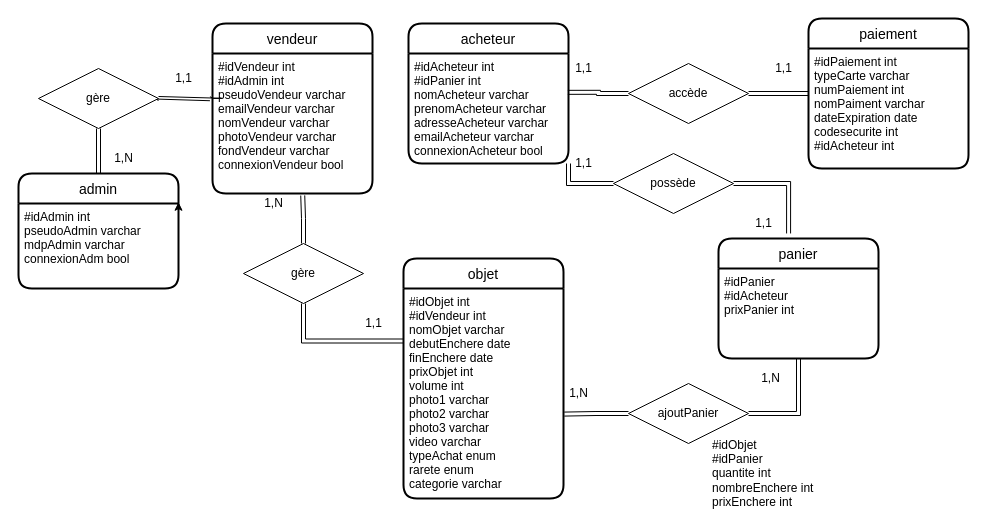
This is relation_entite.drawio from Dvdbx/projet-webdynamique, a draw.io file, before an edit. Source tidied: cells renumbered, new cells numbered last; positions are measured from the earlier drawing's top-left corner, leaving out a move shared by most shapes. Both pictures are drawn from the tidied source at 100%, with x=0, y=0 at pixel (18, 18).
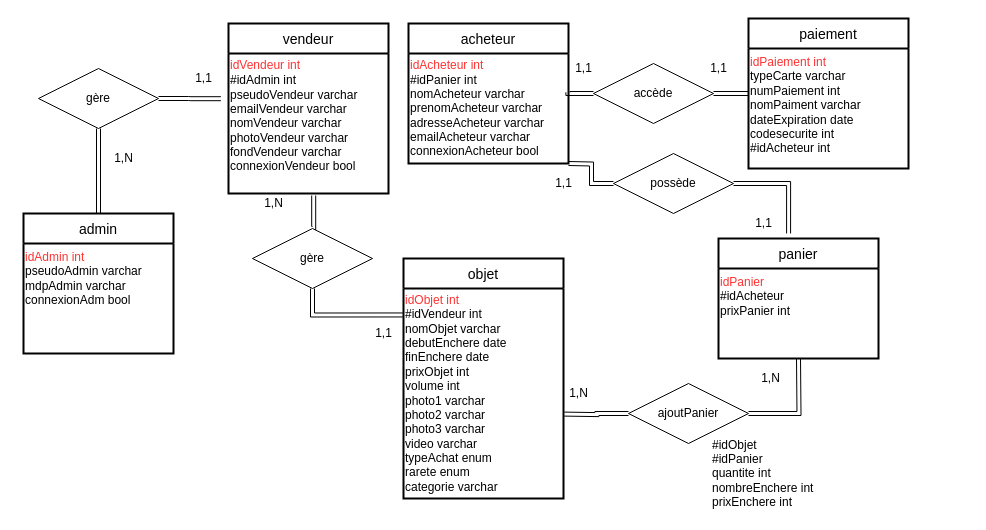
The same page after the edit.

Change to the diagram source:
```diff
@@
-    <mxCell id="2" value="admin" style="swimlane;horizontal=1;startSize=30;rounded=1;fontSize=14;fontStyle=0;strokeWidth=2;shadow=0;dashed=0;align=center;" parent="1" vertex="1">
-      <mxGeometry y="155" width="160" height="115" as="geometry" />
+    <mxCell id="2" value="admin" style="swimlane;horizontal=1;startSize=30;rounded=0;fontSize=14;fontStyle=0;strokeWidth=2;shadow=0;dashed=0;align=center;labelBorderColor=none;" parent="1" vertex="1">
+      <mxGeometry x="5" y="195" width="150" height="140" as="geometry" />
     </mxCell>
-    <mxCell id="3" style="edgeStyle=orthogonalEdgeStyle;rounded=0;jettySize=auto;html=1;exitX=1;exitY=0;exitDx=0;exitDy=0;entryX=1;entryY=0.25;entryDx=0;entryDy=0;" parent="2" edge="1" source="4" target="2">
-      <mxGeometry relative="1" as="geometry" />
-    </mxCell>
-    <mxCell id="4" value="#idAdmin int&#10;pseudoAdmin varchar&#10;mdpAdmin varchar&#10;connexionAdm bool" style="align=left;strokeColor=none;fillColor=none;spacingLeft=4;fontSize=12;verticalAlign=top;" parent="2" vertex="1">
-      <mxGeometry y="30" width="160" height="85" as="geometry" />
-    </mxCell>
+    <mxCell id="41" value="&lt;span&gt;&lt;font color=&quot;#ff3333&quot;&gt;idAdmin int&lt;br&gt;&lt;/font&gt;pseudoAdmin varchar&lt;/span&gt;&lt;br style=&quot;padding: 0px ; margin: 0px&quot;&gt;&lt;span&gt;mdpAdmin varchar&lt;/span&gt;&lt;br style=&quot;padding: 0px ; margin: 0px&quot;&gt;&lt;div&gt;&lt;span&gt;connexionAdm bool&lt;/span&gt;&lt;/div&gt;" style="text;html=1;strokeColor=none;fillColor=none;align=left;verticalAlign=top;whiteSpace=wrap;rounded=0;sketch=0;fontColor=#000000;" parent="2" vertex="1">
+      <mxGeometry y="30" width="150" height="110" as="geometry" />
+    </mxCell>
-    <mxCell id="5" value="vendeur" style="swimlane;horizontal=1;startSize=30;rounded=1;fontSize=14;fontStyle=0;strokeWidth=2;shadow=0;dashed=0;align=center;" parent="1" vertex="1">
-      <mxGeometry x="194" y="5" width="160" height="170" as="geometry" />
+    <mxCell id="5" value="vendeur" style="swimlane;horizontal=1;startSize=30;rounded=0;fontSize=14;fontStyle=0;strokeWidth=2;shadow=0;dashed=0;align=center;" parent="1" vertex="1">
+      <mxGeometry x="210" y="5" width="160" height="170" as="geometry" />
     </mxCell>
-    <mxCell id="6" value="#idVendeur int&#10;#idAdmin int&#10;pseudoVendeur varchar&#10;emailVendeur varchar&#10;nomVendeur varchar&#10;photoVendeur varchar&#10;fondVendeur varchar&#10;connexionVendeur bool&#10;&#10;&#10;" style="align=left;strokeColor=none;fillColor=none;spacingLeft=4;fontSize=12;verticalAlign=top;" parent="5" vertex="1">
-      <mxGeometry y="30" width="160" height="140" as="geometry" />
-    </mxCell>
+    <mxCell id="42" value="&lt;font style=&quot;font-size: 12px&quot;&gt;&lt;font color=&quot;#ff3333&quot;&gt;&lt;br&gt;&lt;br&gt;&lt;/font&gt;&lt;span style=&quot;color: rgb(255 , 51 , 51)&quot;&gt;idVendeur int&lt;/span&gt;&lt;font color=&quot;#ff3333&quot;&gt;&lt;br&gt;&lt;/font&gt;&lt;div&gt;&lt;span&gt;#idAdmin int&lt;/span&gt;&lt;/div&gt;&lt;div&gt;&lt;span&gt;pseudoVendeur varchar&lt;/span&gt;&lt;/div&gt;&lt;div&gt;&lt;span&gt;emailVendeur varchar&lt;/span&gt;&lt;/div&gt;&lt;div&gt;&lt;span&gt;nomVendeur varchar&lt;/span&gt;&lt;/div&gt;&lt;div&gt;&lt;span&gt;photoVendeur varchar&lt;/span&gt;&lt;/div&gt;&lt;div&gt;&lt;span&gt;fondVendeur varchar&lt;/span&gt;&lt;/div&gt;&lt;div&gt;&lt;span&gt;connexionVendeur bool&lt;/span&gt;&lt;/div&gt;&lt;/font&gt;&lt;div style=&quot;padding: 0px ; margin: 0px&quot;&gt;&lt;br style=&quot;padding: 0px ; margin: 0px&quot;&gt;&lt;/div&gt;&lt;div style=&quot;padding: 0px ; margin: 0px&quot;&gt;&lt;br style=&quot;padding: 0px ; margin: 0px&quot;&gt;&lt;/div&gt;&lt;div style=&quot;padding: 0px ; margin: 0px&quot;&gt;&lt;br style=&quot;padding: 0px ; margin: 0px ; font-size: 12px&quot;&gt;&lt;/div&gt;" style="text;html=1;strokeColor=none;fillColor=none;align=left;verticalAlign=middle;whiteSpace=wrap;rounded=0;sketch=0;fontSize=14;fontColor=#000000;" parent="5" vertex="1">
+      <mxGeometry y="30" width="160" height="140" as="geometry" />
+    </mxCell>
-    <mxCell id="7" value="acheteur" style="swimlane;horizontal=1;startSize=30;rounded=1;fontSize=14;fontStyle=0;strokeWidth=2;shadow=0;dashed=0;align=center;" parent="1" vertex="1">
+    <mxCell id="7" value="acheteur" style="swimlane;horizontal=1;startSize=30;rounded=0;fontSize=14;fontStyle=0;strokeWidth=2;shadow=0;dashed=0;align=center;" parent="1" vertex="1">
       <mxGeometry x="390" y="5" width="160" height="140" as="geometry" />
     </mxCell>
-    <mxCell id="8" value="#idAcheteur int&#10;#idPanier int&#10;nomAcheteur varchar&#10;prenomAcheteur varchar&#10;adresseAcheteur varchar&#10;emailAcheteur varchar&#10;connexionAcheteur bool" style="align=left;strokeColor=none;fillColor=none;spacingLeft=4;fontSize=12;verticalAlign=top;" parent="7" vertex="1">
-      <mxGeometry y="30" width="160" height="110" as="geometry" />
-    </mxCell>
+    <mxCell id="43" value="&lt;span&gt;&lt;font color=&quot;#ff3333&quot;&gt;idAcheteur int&lt;/font&gt;&lt;/span&gt;&lt;br style=&quot;padding: 0px ; margin: 0px&quot;&gt;&lt;span&gt;#idPanier int&lt;/span&gt;&lt;br style=&quot;padding: 0px ; margin: 0px&quot;&gt;&lt;span&gt;nomAcheteur varchar&lt;/span&gt;&lt;br style=&quot;padding: 0px ; margin: 0px&quot;&gt;&lt;span&gt;prenomAcheteur varchar&lt;/span&gt;&lt;br style=&quot;padding: 0px ; margin: 0px&quot;&gt;&lt;span&gt;adresseAcheteur varchar&lt;/span&gt;&lt;br style=&quot;padding: 0px ; margin: 0px&quot;&gt;&lt;span&gt;emailAcheteur varchar&lt;/span&gt;&lt;br style=&quot;padding: 0px ; margin: 0px&quot;&gt;&lt;span&gt;connexionAcheteur bool&lt;/span&gt;" style="text;html=1;strokeColor=none;fillColor=none;align=left;verticalAlign=middle;whiteSpace=wrap;rounded=0;sketch=0;fontSize=12;fontColor=#000000;" parent="7" vertex="1">
+      <mxGeometry y="30" width="160" height="110" as="geometry" />
+    </mxCell>
-    <mxCell id="9" value="paiement" style="swimlane;horizontal=1;startSize=30;rounded=1;fontSize=14;fontStyle=0;strokeWidth=2;shadow=0;dashed=0;align=center;" parent="1" vertex="1">
-      <mxGeometry x="790" width="160" height="150" as="geometry" />
+    <mxCell id="9" value="paiement" style="swimlane;horizontal=1;startSize=30;rounded=0;fontSize=14;fontStyle=0;strokeWidth=2;shadow=0;dashed=0;align=center;" parent="1" vertex="1">
+      <mxGeometry x="730" width="160" height="150" as="geometry" />
     </mxCell>
-    <mxCell id="10" value="#idPaiement int&#10;typeCarte varchar&#10;numPaiement int&#10;nomPaiment varchar&#10;dateExpiration date&#10;codesecurite int&#10;#idAcheteur int" style="align=left;strokeColor=none;fillColor=none;spacingLeft=4;fontSize=12;verticalAlign=top;" parent="9" vertex="1">
-      <mxGeometry y="30" width="160" height="120" as="geometry" />
-    </mxCell>
+    <mxCell id="44" value="&lt;span&gt;&lt;font color=&quot;#ff3333&quot;&gt;idPaiement int&lt;/font&gt;&lt;/span&gt;&lt;br style=&quot;padding: 0px ; margin: 0px&quot;&gt;&lt;span&gt;typeCarte varchar&lt;/span&gt;&lt;br style=&quot;padding: 0px ; margin: 0px&quot;&gt;&lt;span&gt;numPaiement int&lt;/span&gt;&lt;br style=&quot;padding: 0px ; margin: 0px&quot;&gt;&lt;span&gt;nomPaiment varchar&lt;/span&gt;&lt;br style=&quot;padding: 0px ; margin: 0px&quot;&gt;&lt;span&gt;dateExpiration date&lt;/span&gt;&lt;br style=&quot;padding: 0px ; margin: 0px&quot;&gt;&lt;span&gt;codesecurite int&lt;/span&gt;&lt;br style=&quot;padding: 0px ; margin: 0px&quot;&gt;&lt;div&gt;&lt;span&gt;#idAcheteur int&lt;/span&gt;&lt;/div&gt;" style="text;html=1;strokeColor=none;fillColor=none;align=left;verticalAlign=top;whiteSpace=wrap;rounded=0;sketch=0;fontSize=12;fontColor=#000000;" parent="9" vertex="1">
+      <mxGeometry y="30" width="160" height="120" as="geometry" />
+    </mxCell>
-    <mxCell id="11" value="objet" style="swimlane;horizontal=1;startSize=30;rounded=1;fontSize=14;fontStyle=0;strokeWidth=2;shadow=0;dashed=0;align=center;" parent="1" vertex="1">
+    <mxCell id="11" value="objet" style="swimlane;horizontal=1;startSize=30;rounded=0;fontSize=14;fontStyle=0;strokeWidth=2;shadow=0;dashed=0;align=center;" parent="1" vertex="1">
       <mxGeometry x="385" y="240" width="160" height="240" as="geometry" />
     </mxCell>
-    <mxCell id="12" value="#idObjet int&#10;#idVendeur int&#10;nomObjet varchar&#10;debutEnchere date&#10;finEnchere date&#10;prixObjet int&#10;volume int&#10;photo1 varchar&#10;photo2 varchar&#10;photo3 varchar&#10;video varchar&#10;typeAchat enum&#10;rarete enum&#10;categorie varchar" style="align=left;strokeColor=none;fillColor=none;spacingLeft=4;fontSize=12;verticalAlign=top;" parent="11" vertex="1">
-      <mxGeometry y="30" width="160" height="210" as="geometry" />
-    </mxCell>
+    <mxCell id="45" value="&lt;span&gt;&lt;font color=&quot;#ff3333&quot;&gt;idObjet int&lt;/font&gt;&lt;/span&gt;&lt;br style=&quot;padding: 0px ; margin: 0px&quot;&gt;&lt;span&gt;#idVendeur int&lt;/span&gt;&lt;br style=&quot;padding: 0px ; margin: 0px&quot;&gt;&lt;span&gt;nomObjet varchar&lt;/span&gt;&lt;br style=&quot;padding: 0px ; margin: 0px&quot;&gt;&lt;span&gt;debutEnchere date&lt;/span&gt;&lt;br style=&quot;padding: 0px ; margin: 0px&quot;&gt;&lt;span&gt;finEnchere date&lt;/span&gt;&lt;br style=&quot;padding: 0px ; margin: 0px&quot;&gt;&lt;span&gt;prixObjet int&lt;/span&gt;&lt;br style=&quot;padding: 0px ; margin: 0px&quot;&gt;&lt;span&gt;volume int&lt;/span&gt;&lt;br style=&quot;padding: 0px ; margin: 0px&quot;&gt;&lt;span&gt;photo1 varchar&lt;/span&gt;&lt;br style=&quot;padding: 0px ; margin: 0px&quot;&gt;&lt;span&gt;photo2 varchar&lt;/span&gt;&lt;br style=&quot;padding: 0px ; margin: 0px&quot;&gt;&lt;span&gt;photo3 varchar&lt;/span&gt;&lt;br style=&quot;padding: 0px ; margin: 0px&quot;&gt;&lt;span&gt;video varchar&lt;/span&gt;&lt;br style=&quot;padding: 0px ; margin: 0px&quot;&gt;&lt;span&gt;typeAchat enum&lt;/span&gt;&lt;br style=&quot;padding: 0px ; margin: 0px&quot;&gt;&lt;span&gt;rarete enum&lt;/span&gt;&lt;br style=&quot;padding: 0px ; margin: 0px&quot;&gt;&lt;span&gt;categorie varchar&lt;/span&gt;" style="text;html=1;strokeColor=none;fillColor=none;align=left;verticalAlign=middle;whiteSpace=wrap;rounded=0;sketch=0;fontSize=12;fontColor=#000000;" parent="11" vertex="1">
+      <mxGeometry y="30" width="160" height="210" as="geometry" />
+    </mxCell>
-    <mxCell id="13" value="panier" style="swimlane;horizontal=1;startSize=30;rounded=1;fontSize=14;fontStyle=0;strokeWidth=2;shadow=0;dashed=0;align=center;" parent="1" vertex="1">
+    <mxCell id="13" value="panier" style="swimlane;horizontal=1;startSize=30;rounded=0;fontSize=14;fontStyle=0;strokeWidth=2;shadow=0;dashed=0;align=center;" parent="1" vertex="1">
       <mxGeometry x="700" y="220" width="160" height="120" as="geometry" />
     </mxCell>
-    <mxCell id="14" value="#idPanier&#10;#idAcheteur&#10;prixPanier int" style="align=left;strokeColor=none;fillColor=none;spacingLeft=4;fontSize=12;verticalAlign=top;" parent="13" vertex="1">
-      <mxGeometry y="30" width="160" height="90" as="geometry" />
-    </mxCell>
+    <mxCell id="46" value="&lt;span&gt;&lt;font color=&quot;#ff3333&quot;&gt;idPanier&lt;/font&gt;&lt;/span&gt;&lt;br style=&quot;padding: 0px ; margin: 0px&quot;&gt;&lt;span&gt;#idAcheteur&lt;/span&gt;&lt;br style=&quot;padding: 0px ; margin: 0px&quot;&gt;&lt;span&gt;prixPanier int&lt;/span&gt;" style="text;html=1;strokeColor=none;fillColor=none;align=left;verticalAlign=top;whiteSpace=wrap;rounded=0;sketch=0;fontSize=12;fontColor=#000000;" parent="13" vertex="1">
+      <mxGeometry y="30" width="160" height="90" as="geometry" />
+    </mxCell>
-    <mxCell id="15" value="1,N" style="text;html=1;align=center;verticalAlign=middle;strokeColor=none;fillColor=none;" parent="1" vertex="1">
+    <mxCell id="15" value="1,N" style="text;html=1;align=center;verticalAlign=middle;strokeColor=none;fillColor=none;rounded=0;" parent="1" vertex="1">
       <mxGeometry x="90" y="130" width="30" height="20" as="geometry" />
     </mxCell>
-    <mxCell id="16" value="1,1" style="text;html=1;align=center;verticalAlign=middle;strokeColor=none;fillColor=none;" parent="1" vertex="1">
-      <mxGeometry x="150" y="50" width="30" height="20" as="geometry" />
+    <mxCell id="16" value="1,1" style="text;html=1;align=center;verticalAlign=middle;strokeColor=none;fillColor=none;rounded=0;" parent="1" vertex="1">
+      <mxGeometry x="170" y="50" width="30" height="20" as="geometry" />
     </mxCell>
-    <mxCell id="17" value="1,N" style="text;html=1;align=center;verticalAlign=middle;strokeColor=none;fillColor=none;" parent="1" vertex="1">
+    <mxCell id="17" value="1,N" style="text;html=1;align=center;verticalAlign=middle;strokeColor=none;fillColor=none;rounded=0;" parent="1" vertex="1">
       <mxGeometry x="240" y="175" width="30" height="20" as="geometry" />
     </mxCell>
-    <mxCell id="18" value="1,1" style="text;html=1;align=center;verticalAlign=middle;strokeColor=none;fillColor=none;" parent="1" vertex="1">
-      <mxGeometry x="340" y="295" width="30" height="20" as="geometry" />
+    <mxCell id="18" value="1,1" style="text;html=1;align=center;verticalAlign=middle;strokeColor=none;fillColor=none;rounded=0;" parent="1" vertex="1">
+      <mxGeometry x="350" y="305" width="30" height="20" as="geometry" />
     </mxCell>
-    <mxCell id="19" value="1,1" style="text;html=1;align=center;verticalAlign=middle;strokeColor=none;fillColor=none;" parent="1" vertex="1">
+    <mxCell id="19" value="1,1" style="text;html=1;align=center;verticalAlign=middle;strokeColor=none;fillColor=none;rounded=0;" parent="1" vertex="1">
       <mxGeometry x="550" y="40" width="30" height="20" as="geometry" />
     </mxCell>
-    <mxCell id="20" value="1,1" style="text;html=1;align=center;verticalAlign=middle;strokeColor=none;fillColor=none;" parent="1" vertex="1">
-      <mxGeometry x="750" y="40" width="30" height="20" as="geometry" />
+    <mxCell id="20" value="1,1" style="text;html=1;align=center;verticalAlign=middle;strokeColor=none;fillColor=none;rounded=0;" parent="1" vertex="1">
+      <mxGeometry x="685" y="40" width="30" height="20" as="geometry" />
     </mxCell>
-    <mxCell id="21" value="1,1" style="text;html=1;align=center;verticalAlign=middle;strokeColor=none;fillColor=none;" parent="1" vertex="1">
-      <mxGeometry x="550" y="135" width="30" height="20" as="geometry" />
+    <mxCell id="21" value="1,1" style="text;html=1;align=center;verticalAlign=middle;strokeColor=none;fillColor=none;rounded=0;" parent="1" vertex="1">
+      <mxGeometry x="530" y="155" width="30" height="20" as="geometry" />
     </mxCell>
-    <mxCell id="22" value="1,1" style="text;html=1;align=center;verticalAlign=middle;strokeColor=none;fillColor=none;" parent="1" vertex="1">
+    <mxCell id="22" value="1,1" style="text;html=1;align=center;verticalAlign=middle;strokeColor=none;fillColor=none;rounded=0;" parent="1" vertex="1">
       <mxGeometry x="730" y="195" width="30" height="20" as="geometry" />
     </mxCell>
-    <mxCell id="23" value="1,N" style="text;html=1;align=center;verticalAlign=middle;strokeColor=none;fillColor=none;" parent="1" vertex="1">
+    <mxCell id="23" value="1,N" style="text;html=1;align=center;verticalAlign=middle;strokeColor=none;fillColor=none;rounded=0;" parent="1" vertex="1">
       <mxGeometry x="545" y="365" width="30" height="20" as="geometry" />
     </mxCell>
-    <mxCell id="24" value="1,N" style="text;html=1;align=center;verticalAlign=middle;strokeColor=none;fillColor=none;" parent="1" vertex="1">
+    <mxCell id="24" value="1,N" style="text;html=1;align=center;verticalAlign=middle;strokeColor=none;fillColor=none;rounded=0;" parent="1" vertex="1">
       <mxGeometry x="737" y="350" width="30" height="20" as="geometry" />
     </mxCell>
-    <mxCell id="25" style="rounded=0;jettySize=auto;html=1;exitX=1;exitY=0.5;exitDx=0;exitDy=0;entryX=-0.016;entryY=0.323;entryDx=0;entryDy=0;entryPerimeter=0;edgeStyle=entityRelationEdgeStyle;shape=link;" parent="1" edge="1" source="27" target="6">
-      <mxGeometry relative="1" as="geometry" />
+    <mxCell id="25" style="rounded=0;jettySize=auto;html=1;exitX=1;exitY=0.5;exitDx=0;exitDy=0;entryX=-0.016;entryY=0.323;entryDx=0;entryDy=0;entryPerimeter=0;edgeStyle=entityRelationEdgeStyle;shape=link;" parent="1" edge="1" source="27">
+      <mxGeometry relative="1" as="geometry">
+        <mxPoint x="202.4" y="80.2" as="targetPoint" />
+      </mxGeometry>
     </mxCell>
@@
-    <mxCell id="27" value="gère" style="shape=rhombus;perimeter=rhombusPerimeter;whiteSpace=wrap;html=1;align=center;" parent="1" vertex="1">
+    <mxCell id="27" value="gère" style="shape=rhombus;perimeter=rhombusPerimeter;whiteSpace=wrap;html=1;align=center;rounded=0;" parent="1" vertex="1">
       <mxGeometry x="20" y="50" width="120" height="60" as="geometry" />
     </mxCell>
-    <mxCell id="28" style="edgeStyle=orthogonalEdgeStyle;rounded=0;jettySize=auto;html=1;exitX=0.5;exitY=0;exitDx=0;exitDy=0;entryX=0.564;entryY=1.014;entryDx=0;entryDy=0;entryPerimeter=0;shape=link;" parent="1" edge="1" source="30" target="6">
-      <mxGeometry relative="1" as="geometry" />
+    <mxCell id="28" style="edgeStyle=orthogonalEdgeStyle;rounded=0;jettySize=auto;html=1;exitX=0.5;exitY=0;exitDx=0;exitDy=0;entryX=0.564;entryY=1.014;entryDx=0;entryDy=0;entryPerimeter=0;shape=link;" parent="1" edge="1" source="30">
+      <mxGeometry relative="1" as="geometry">
+        <mxPoint x="295.2" y="177" as="targetPoint" />
+      </mxGeometry>
     </mxCell>
-    <mxCell id="29" style="edgeStyle=orthogonalEdgeStyle;rounded=0;jettySize=auto;html=1;exitX=0.5;exitY=1;exitDx=0;exitDy=0;entryX=0;entryY=0.25;entryDx=0;entryDy=0;shape=link;" parent="1" edge="1" source="30" target="12">
+    <mxCell id="29" style="edgeStyle=orthogonalEdgeStyle;rounded=0;jettySize=auto;html=1;exitX=0.5;exitY=1;exitDx=0;exitDy=0;entryX=-0.004;entryY=0.126;entryDx=0;entryDy=0;shape=link;width=-4;entryPerimeter=0;" parent="1" edge="1" source="30" target="45">
       <mxGeometry relative="1" as="geometry" />
     </mxCell>
-    <mxCell id="30" value="gère" style="shape=rhombus;perimeter=rhombusPerimeter;whiteSpace=wrap;html=1;align=center;" parent="1" vertex="1">
-      <mxGeometry x="225" y="225" width="120" height="60" as="geometry" />
+    <mxCell id="30" value="gère" style="shape=rhombus;perimeter=rhombusPerimeter;whiteSpace=wrap;html=1;align=center;rounded=0;" parent="1" vertex="1">
+      <mxGeometry x="234" y="210" width="120" height="60" as="geometry" />
     </mxCell>
-    <mxCell id="31" style="edgeStyle=orthogonalEdgeStyle;rounded=0;jettySize=auto;html=1;exitX=0;exitY=0.5;exitDx=0;exitDy=0;entryX=0.996;entryY=0.353;entryDx=0;entryDy=0;entryPerimeter=0;shape=link;" parent="1" edge="1" source="33" target="8">
-      <mxGeometry relative="1" as="geometry" />
+    <mxCell id="31" style="edgeStyle=orthogonalEdgeStyle;rounded=0;jettySize=auto;html=1;exitX=0;exitY=0.5;exitDx=0;exitDy=0;entryX=0.996;entryY=0.353;entryDx=0;entryDy=0;entryPerimeter=0;shape=link;" parent="1" edge="1" source="33">
+      <mxGeometry relative="1" as="geometry">
+        <mxPoint x="549.4" y="73.8" as="targetPoint" />
+      </mxGeometry>
     </mxCell>
@@
-    <mxCell id="33" value="accède" style="shape=rhombus;perimeter=rhombusPerimeter;whiteSpace=wrap;html=1;align=center;" parent="1" vertex="1">
-      <mxGeometry x="610" y="45" width="120" height="60" as="geometry" />
+    <mxCell id="33" value="accède" style="shape=rhombus;perimeter=rhombusPerimeter;whiteSpace=wrap;html=1;align=center;rounded=0;" parent="1" vertex="1">
+      <mxGeometry x="575" y="45" width="120" height="60" as="geometry" />
     </mxCell>
-    <mxCell id="34" style="edgeStyle=orthogonalEdgeStyle;rounded=0;jettySize=auto;html=1;exitX=0;exitY=0.5;exitDx=0;exitDy=0;entryX=1;entryY=1;entryDx=0;entryDy=0;shape=link;" parent="1" edge="1" source="36" target="8">
-      <mxGeometry relative="1" as="geometry" />
+    <mxCell id="34" style="edgeStyle=orthogonalEdgeStyle;rounded=0;jettySize=auto;html=1;exitX=0;exitY=0.5;exitDx=0;exitDy=0;entryX=1;entryY=1;entryDx=0;entryDy=0;shape=link;" parent="1" edge="1" source="36">
+      <mxGeometry relative="1" as="geometry">
+        <mxPoint x="550" y="145" as="targetPoint" />
+      </mxGeometry>
     </mxCell>
@@
-    <mxCell id="36" value="possède" style="shape=rhombus;perimeter=rhombusPerimeter;whiteSpace=wrap;html=1;align=center;" parent="1" vertex="1">
+    <mxCell id="36" value="possède" style="shape=rhombus;perimeter=rhombusPerimeter;whiteSpace=wrap;html=1;align=center;rounded=0;" parent="1" vertex="1">
       <mxGeometry x="595" y="135" width="120" height="60" as="geometry" />
     </mxCell>
-    <mxCell id="37" value="&lt;span&gt;#idObjet&lt;/span&gt;&lt;br style=&quot;padding: 0px ; margin: 0px&quot;&gt;&lt;span&gt;#idPanier&lt;/span&gt;&lt;br style=&quot;padding: 0px ; margin: 0px&quot;&gt;&lt;span&gt;quantite int&lt;/span&gt;&lt;br style=&quot;padding: 0px ; margin: 0px&quot;&gt;&lt;span&gt;nombreEnchere int&lt;/span&gt;&lt;br style=&quot;padding: 0px ; margin: 0px&quot;&gt;&lt;span&gt;prixEnchere int&lt;/span&gt;" style="text;html=1;align=left;verticalAlign=middle;strokeColor=none;fillColor=none;" parent="1" vertex="1">
+    <mxCell id="37" value="&lt;span&gt;#idObjet&lt;/span&gt;&lt;br style=&quot;padding: 0px ; margin: 0px&quot;&gt;&lt;span&gt;#idPanier&lt;/span&gt;&lt;br style=&quot;padding: 0px ; margin: 0px&quot;&gt;&lt;span&gt;quantite int&lt;/span&gt;&lt;br style=&quot;padding: 0px ; margin: 0px&quot;&gt;&lt;span&gt;nombreEnchere int&lt;/span&gt;&lt;br style=&quot;padding: 0px ; margin: 0px&quot;&gt;&lt;span&gt;prixEnchere int&lt;/span&gt;" style="text;html=1;align=left;verticalAlign=middle;strokeColor=none;fillColor=none;rounded=0;" parent="1" vertex="1">
       <mxGeometry x="692" y="415" width="120" height="80" as="geometry" />
     </mxCell>
-    <mxCell id="38" style="edgeStyle=orthogonalEdgeStyle;rounded=0;jettySize=auto;html=1;exitX=0;exitY=0.5;exitDx=0;exitDy=0;entryX=1.005;entryY=0.598;entryDx=0;entryDy=0;entryPerimeter=0;shape=link;" parent="1" edge="1" source="40" target="12">
-      <mxGeometry relative="1" as="geometry" />
+    <mxCell id="38" style="edgeStyle=orthogonalEdgeStyle;rounded=0;jettySize=auto;html=1;exitX=0;exitY=0.5;exitDx=0;exitDy=0;entryX=1.005;entryY=0.598;entryDx=0;entryDy=0;entryPerimeter=0;shape=link;" parent="1" edge="1" source="40">
+      <mxGeometry relative="1" as="geometry">
+        <mxPoint x="545.8" y="395.6" as="targetPoint" />
+      </mxGeometry>
     </mxCell>
-    <mxCell id="39" style="edgeStyle=orthogonalEdgeStyle;rounded=0;jettySize=auto;html=1;exitX=1;exitY=0.5;exitDx=0;exitDy=0;entryX=0.5;entryY=1;entryDx=0;entryDy=0;shape=link;" parent="1" edge="1" source="40" target="14">
-      <mxGeometry relative="1" as="geometry" />
+    <mxCell id="39" style="edgeStyle=orthogonalEdgeStyle;rounded=0;jettySize=auto;html=1;exitX=1;exitY=0.5;exitDx=0;exitDy=0;entryX=0.5;entryY=1;entryDx=0;entryDy=0;shape=link;" parent="1" edge="1" source="40">
+      <mxGeometry relative="1" as="geometry">
+        <mxPoint x="780" y="340" as="targetPoint" />
+      </mxGeometry>
     </mxCell>
-    <mxCell id="40" value="ajoutPanier" style="shape=rhombus;perimeter=rhombusPerimeter;whiteSpace=wrap;html=1;align=center;" parent="1" vertex="1">
+    <mxCell id="40" value="ajoutPanier" style="shape=rhombus;perimeter=rhombusPerimeter;whiteSpace=wrap;html=1;align=center;rounded=0;" parent="1" vertex="1">
       <mxGeometry x="610" y="365" width="120" height="60" as="geometry" />
     </mxCell>
```
